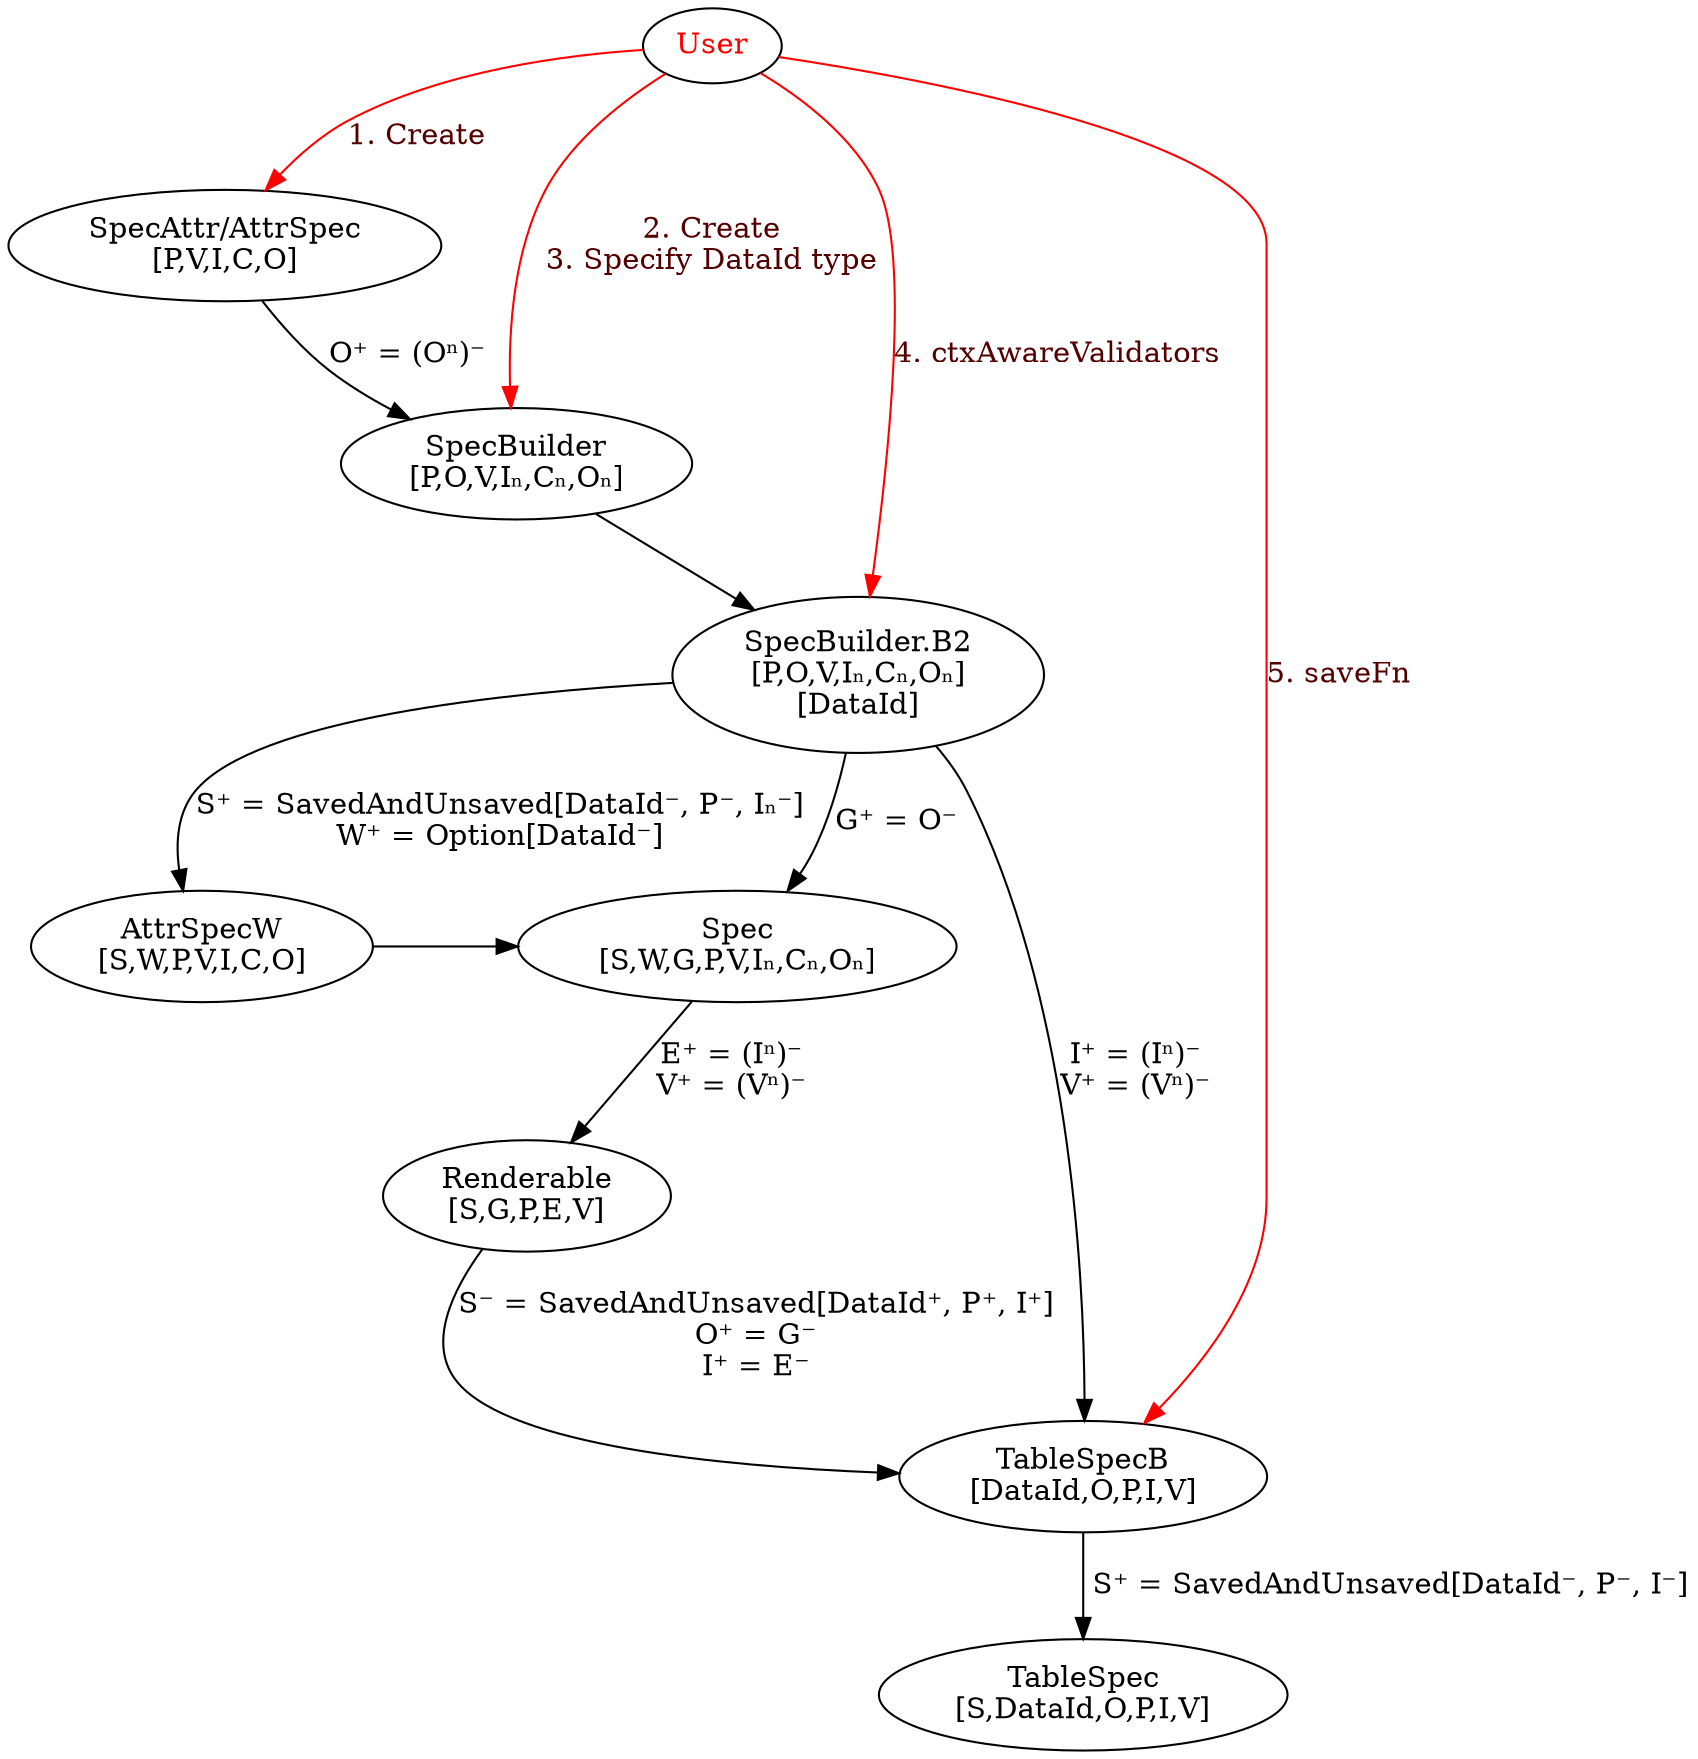
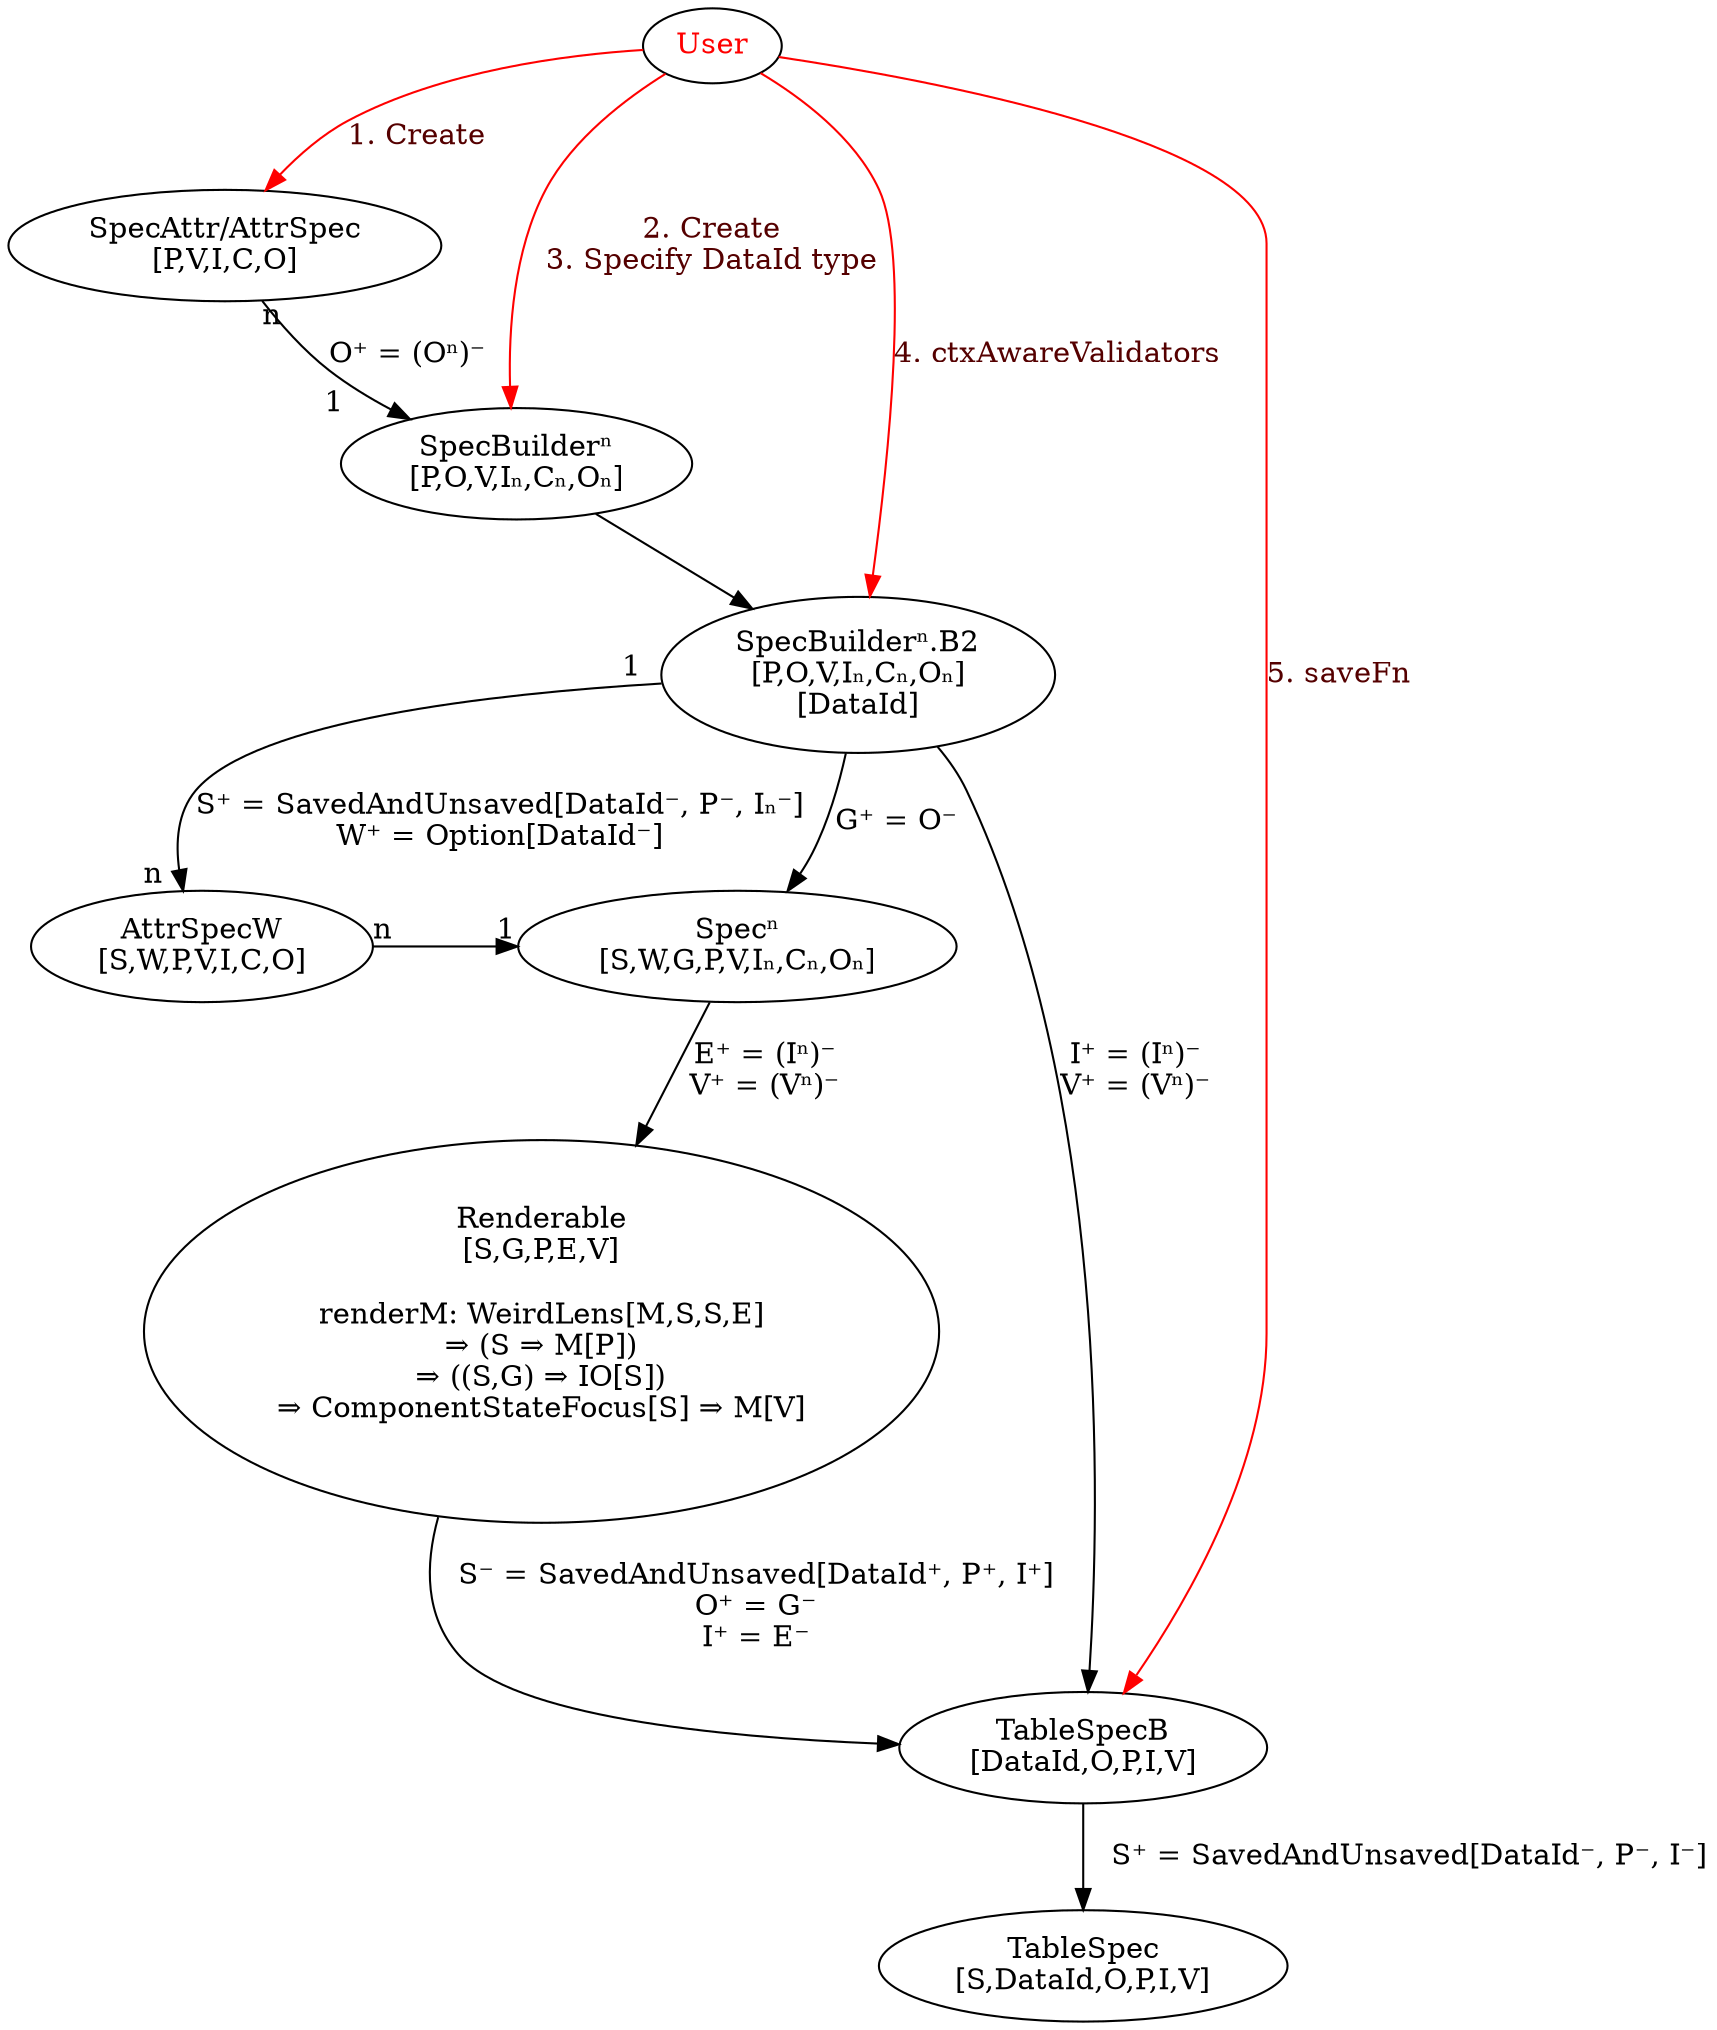
digraph D {

- SpecAttr -> SpecBuilder [label="O⁺ = (Oⁿ)⁻"]
+ SpecAttr -> SpecBuilder [label="O⁺ = (Oⁿ)⁻" taillabel="n" headlabel="1       "]
SpecBuilder -> SpecBuilder_B2
- SpecBuilder_B2 -> AttrSpecW [label="S⁺ = SavedAndUnsaved[DataId⁻, P⁻, Iₙ⁻]\nW⁺ = Option[DataId⁻]"]
- AttrSpecW -> Spec [constraint=false]
+ SpecBuilder_B2 -> AttrSpecW [label="S⁺ = SavedAndUnsaved[DataId⁻, P⁻, Iₙ⁻]\nW⁺ = Option[DataId⁻]" taillabel="1  " headlabel="n  "]
+ AttrSpecW -> Spec [constraint=false taillabel="n" headlabel="1"]
SpecBuilder_B2 -> Spec [label="G⁺ = O⁻"]
SpecBuilder_B2 -> TableSpecB [label="I⁺ = (Iⁿ)⁻\nV⁺ = (Vⁿ)⁻"]
- TableSpecB -> TableSpec [label=" S⁺ = SavedAndUnsaved[DataId⁻, P⁻, I⁻]"]
- //    [DataId, O, P, I, V]
- // [S, DataId, O, P, I, V]
+ TableSpecB -> TableSpec [label="   S⁺ = SavedAndUnsaved[DataId⁻, P⁻, I⁻]"]
Spec -> Renderable [label="E⁺ = (Iⁿ)⁻\nV⁺ = (Vⁿ)⁻"]
Renderable -> TableSpecB [label="S⁻ = SavedAndUnsaved[DataId⁺, P⁺, I⁺]\nO⁺ = G⁻\nI⁺ = E⁻"]

- Spec [label="Spec\n[S,W,G,P,V,Iₙ,Cₙ,Oₙ]"]
+ Spec [label="Specⁿ\n[S,W,G,P,V,Iₙ,Cₙ,Oₙ]"]
SpecAttr [label="SpecAttr/AttrSpec\n[P,V,I,C,O]"]
AttrSpecW [label="AttrSpecW\n[S,W,P,V,I,C,O]"]
- SpecBuilder [label="SpecBuilder\n[P,O,V,Iₙ,Cₙ,Oₙ]"]
- SpecBuilder_B2 [label="SpecBuilder.B2\n[P,O,V,Iₙ,Cₙ,Oₙ]\n[DataId]"]
+ SpecBuilder [label="SpecBuilderⁿ\n[P,O,V,Iₙ,Cₙ,Oₙ]"]
+ SpecBuilder_B2 [label="SpecBuilderⁿ.B2\n[P,O,V,Iₙ,Cₙ,Oₙ]\n[DataId]"]
TableSpecB [label="TableSpecB\n[DataId,O,P,I,V]"]
TableSpec [label="TableSpec\n[S,DataId,O,P,I,V]"]
- Renderable [label="Renderable\n[S,G,P,E,V]"]
+ Renderable [label="Renderable\n[S,G,P,E,V]\n\nrenderM: WeirdLens[M,S,S,E]\n⇒ (S ⇒ M[P])\n⇒ ((S,G) ⇒ IO[S])\n⇒ ComponentStateFocus[S] ⇒ M[V]\n\n"]

edge [color=red fontcolor="#550000"]
User [fontcolor=red]
User -> SpecAttr [label="1. Create"]
User -> SpecBuilder [label="2. Create\n3. Specify DataId type"]
User -> SpecBuilder_B2 [label="4. ctxAwareValidators"]
User -> TableSpecB [label="5. saveFn"]

}
